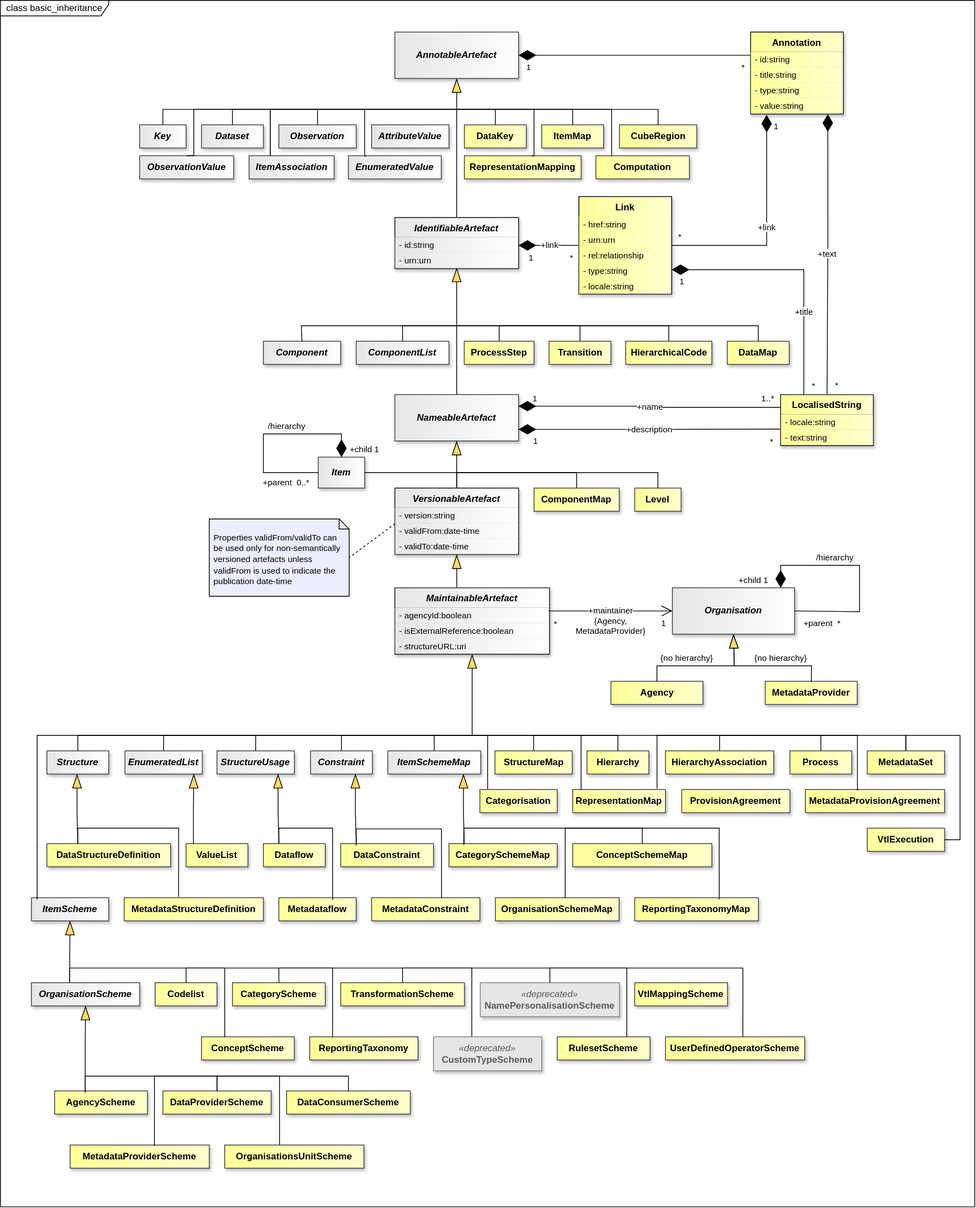
Before: docs/information_model/media/sdmx_base-basic_inheritance.svg, a diagram exported from draw.io (sdmx-twg/sdmx-im). Source tidied: cells renumbered, new cells last; positions are measured from the earlier drawing's top-left corner, leaving out a move shared by most shapes.
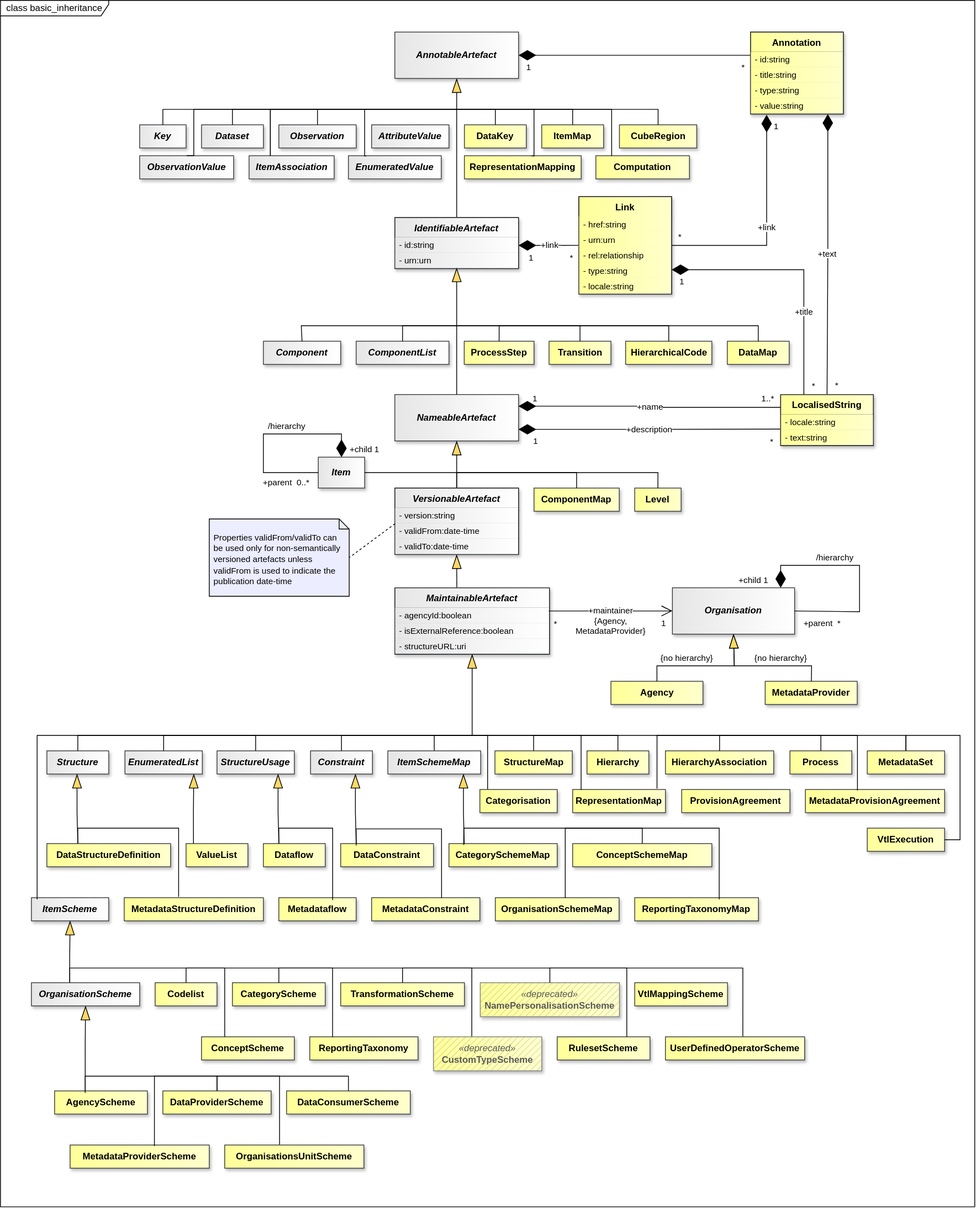
After the change.

Commit message:
docs(information-model): mark the deprecated VTL classes with a hatch

Diff of the diagram source:
```diff
@@ -689,8 +689,17 @@
     <mxCell id="156" value="&lt;span&gt;&lt;span&gt;TransformationScheme&lt;/span&gt;&lt;/span&gt;" style="whiteSpace=wrap;html=1;verticalAlign=middle;gradientDirection=east;imageVerticalAlign=top;fontStyle=1;fillColor=light-dark(#FFFF99,#FFFF99);strokeColor=#36393d;fontColor=light-dark(#000000,#000000);gradientColor=light-dark(#FFFFCC,#FFFFCC);shadow=1;" parent="1" vertex="1">
       <mxGeometry x="440" y="1271" width="160" height="30" as="geometry" />
     </mxCell>
+    <mxCell id="193" style="group;" parent="1" vertex="1">
+      <mxGeometry x="620.5" y="1271" width="180" height="44" as="geometry" />
+    </mxCell>
+    <mxCell id="194" style="rounded=0;whiteSpace=wrap;html=1;fillColor=light-dark(#FFFF99,#FFFF99);gradientColor=light-dark(#FFFFCC,#FFFFCC);gradientDirection=east;strokeColor=none;shadow=1;" parent="193" vertex="1">
+      <mxGeometry width="180" height="44" as="geometry" />
+    </mxCell>
+    <mxCell id="195" style="rounded=0;whiteSpace=wrap;html=1;fillColor=#7F7F7F;fillStyle=hatch;hachureGap=6;fillWeight=1;hachureAngle=-45;fillOpacity=50;strokeColor=none;" parent="193" vertex="1">
+      <mxGeometry width="180" height="44" as="geometry" />
+    </mxCell>
-    <mxCell id="157" value="&lt;span style=&quot;font-weight: normal; font-style: italic;&quot;&gt;«deprecated»&lt;/span&gt;&lt;br&gt;NamePersonalisationScheme" style="whiteSpace=wrap;html=1;verticalAlign=middle;imageVerticalAlign=top;fontStyle=1;fillColor=light-dark(#E6E6E6,#E6E6E6);gradientColor=none;strokeColor=#7F7F7F;fontColor=#595959;shadow=1;" parent="1" vertex="1">
-      <mxGeometry x="620.5" y="1271" width="180" height="44" as="geometry" />
+    <mxCell id="157" value="&lt;span style=&quot;font-weight: normal; font-style: italic;&quot;&gt;«deprecated»&lt;/span&gt;&lt;br&gt;NamePersonalisationScheme" style="whiteSpace=wrap;html=1;verticalAlign=middle;imageVerticalAlign=top;fontStyle=1;fillColor=none;gradientColor=none;strokeColor=#7F7F7F;fontColor=#595959;shadow=0;" parent="193" vertex="1">
+      <mxGeometry width="180" height="44" as="geometry" />
     </mxCell>
     <mxCell id="158" value="&lt;span&gt;&lt;span&gt;VtlMappingScheme&lt;/span&gt;&lt;/span&gt;" style="whiteSpace=wrap;html=1;verticalAlign=middle;gradientDirection=east;imageVerticalAlign=top;fontStyle=1;fillColor=light-dark(#FFFF99,#FFFF99);strokeColor=#36393d;fontColor=light-dark(#000000,#000000);gradientColor=light-dark(#FFFFCC,#FFFFCC);shadow=1;" parent="1" vertex="1">
       <mxGeometry x="820.2" y="1271" width="120" height="30" as="geometry" />
@@ -708,8 +717,17 @@
     <mxCell id="161" value="&lt;span&gt;&lt;span&gt;ReportingTaxonomy&lt;/span&gt;&lt;/span&gt;" style="whiteSpace=wrap;html=1;verticalAlign=middle;gradientDirection=east;imageVerticalAlign=top;fontStyle=1;fillColor=light-dark(#FFFF99,#FFFF99);strokeColor=#36393d;fontColor=light-dark(#000000,#000000);gradientColor=light-dark(#FFFFCC,#FFFFCC);shadow=1;" parent="1" vertex="1">
       <mxGeometry x="400" y="1341" width="140" height="30" as="geometry" />
     </mxCell>
+    <mxCell id="196" style="group;" parent="1" vertex="1">
+      <mxGeometry x="560" y="1341" width="140" height="44" as="geometry" />
+    </mxCell>
+    <mxCell id="197" style="rounded=0;whiteSpace=wrap;html=1;fillColor=light-dark(#FFFF99,#FFFF99);gradientColor=light-dark(#FFFFCC,#FFFFCC);gradientDirection=east;strokeColor=none;shadow=1;" parent="196" vertex="1">
+      <mxGeometry width="140" height="44" as="geometry" />
+    </mxCell>
+    <mxCell id="198" style="rounded=0;whiteSpace=wrap;html=1;fillColor=#7F7F7F;fillStyle=hatch;hachureGap=6;fillWeight=1;hachureAngle=-45;fillOpacity=50;strokeColor=none;" parent="196" vertex="1">
+      <mxGeometry width="140" height="44" as="geometry" />
+    </mxCell>
-    <mxCell id="162" value="&lt;span style=&quot;font-weight: normal; font-style: italic;&quot;&gt;«deprecated»&lt;/span&gt;&lt;br&gt;CustomTypeScheme" style="whiteSpace=wrap;html=1;verticalAlign=middle;imageVerticalAlign=top;fontStyle=1;fillColor=light-dark(#E6E6E6,#E6E6E6);gradientColor=none;strokeColor=#7F7F7F;fontColor=#595959;shadow=1;" parent="1" vertex="1">
-      <mxGeometry x="560" y="1341" width="140" height="44" as="geometry" />
+    <mxCell id="162" value="&lt;span style=&quot;font-weight: normal; font-style: italic;&quot;&gt;«deprecated»&lt;/span&gt;&lt;br&gt;CustomTypeScheme" style="whiteSpace=wrap;html=1;verticalAlign=middle;imageVerticalAlign=top;fontStyle=1;fillColor=none;gradientColor=none;strokeColor=#7F7F7F;fontColor=#595959;shadow=0;" parent="196" vertex="1">
+      <mxGeometry width="140" height="44" as="geometry" />
     </mxCell>
     <mxCell id="163" value="&lt;span&gt;&lt;span&gt;RulesetScheme&lt;/span&gt;&lt;/span&gt;" style="whiteSpace=wrap;html=1;verticalAlign=middle;gradientDirection=east;imageVerticalAlign=top;fontStyle=1;fillColor=light-dark(#FFFF99,#FFFF99);strokeColor=#36393d;fontColor=light-dark(#000000,#000000);gradientColor=light-dark(#FFFFCC,#FFFFCC);shadow=1;" parent="1" vertex="1">
       <mxGeometry x="720" y="1341" width="120" height="30" as="geometry" />
```
